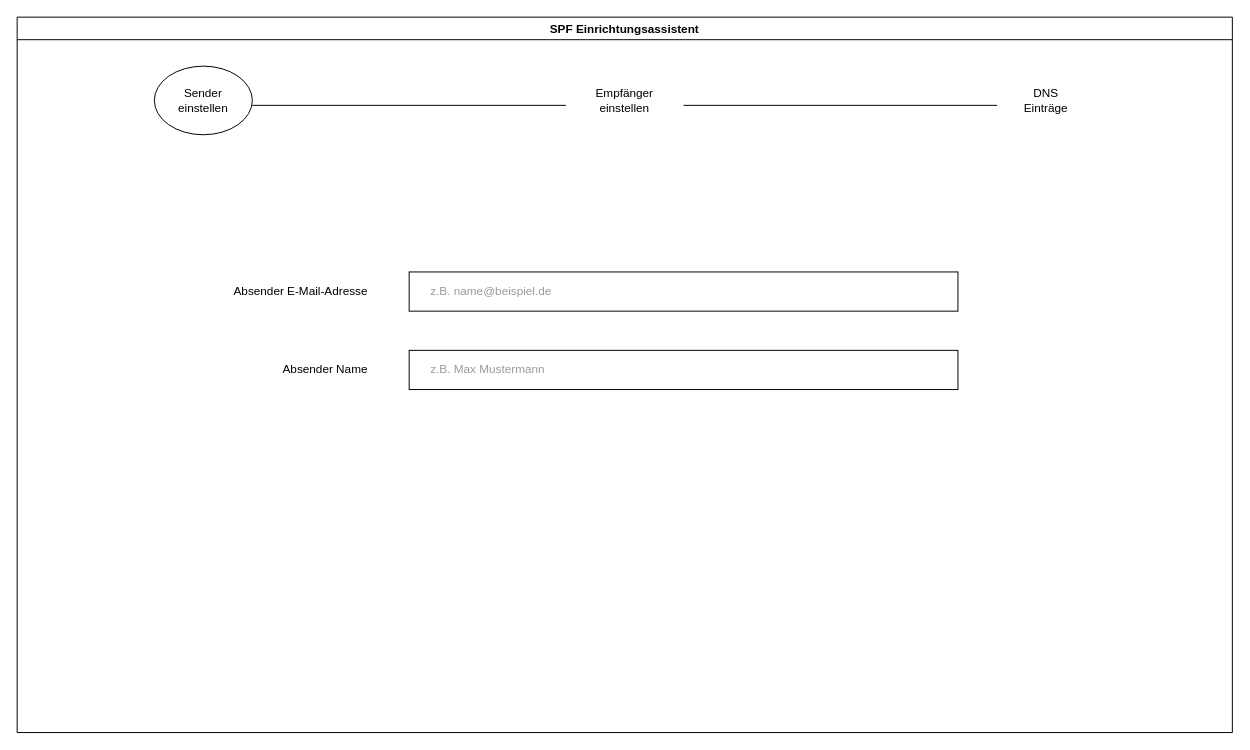
RyanFlm/draw.io-files keeps this draw.io diagram as AssistentEntwurf.drawio. Above is the earlier version. Source tidied: cells renumbered, new cells numbered last; positions are measured from the earlier drawing's top-left corner, leaving out a move shared by most shapes. Both pictures are drawn from the tidied source at 98%, with x=0, y=0 at pixel (17, 17).
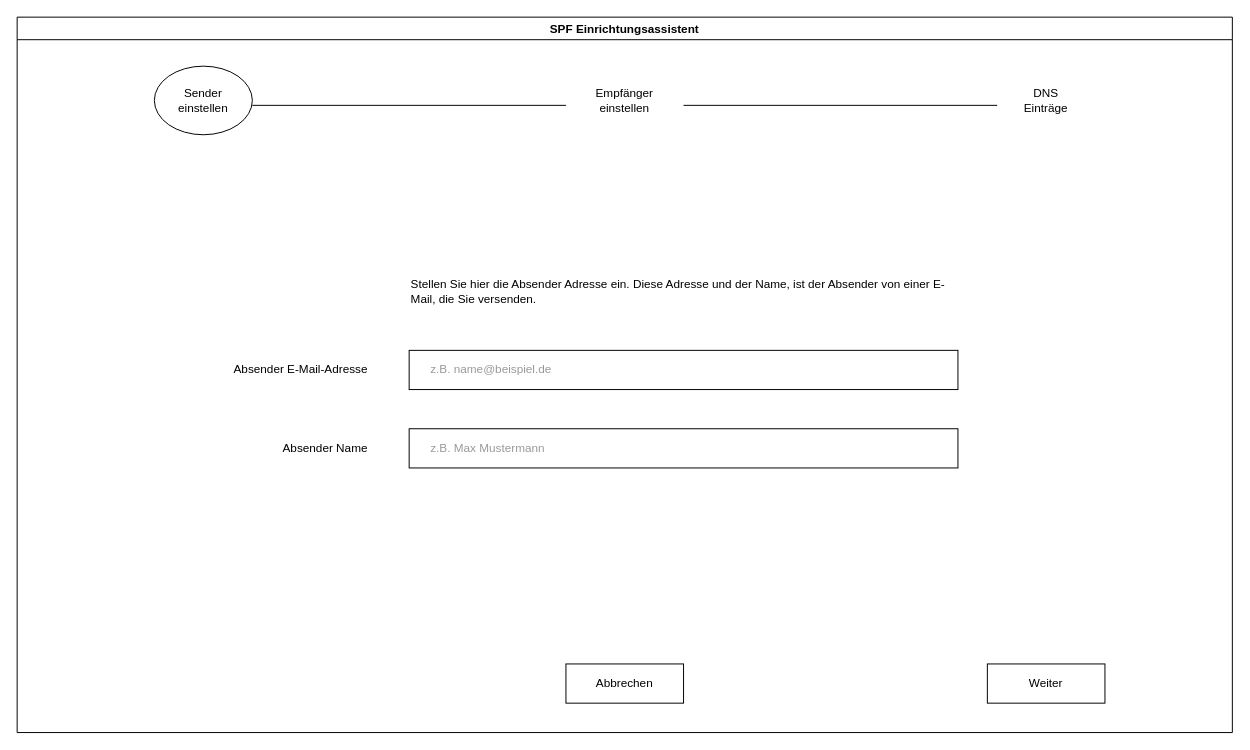
The same diagram, later.

Diff of the diagram source:
```diff
@@
 <mxGraphModel>
   <root>
     <mxCell id="0" />
     <mxCell id="1" parent="0" />
-    <mxCell id="2" value="SPF Einrichtungsassistent" style="swimlane;" parent="1" vertex="1">
+    <mxCell id="2" value="SPF Einrichtungsassistent" style="swimlane;align=center;" parent="1" vertex="1">
       <mxGeometry width="1240" height="730" as="geometry" />
     </mxCell>
     <mxCell id="3" value="Sender einstellen" style="text;html=1;strokeColor=none;fillColor=none;align=center;verticalAlign=middle;whiteSpace=wrap;rounded=0;" parent="2" vertex="1">
       <mxGeometry x="160" y="70" width="60" height="30" as="geometry" />
     </mxCell>
     <mxCell id="4" value="Empfänger einstellen" style="text;html=1;strokeColor=none;fillColor=none;align=center;verticalAlign=middle;whiteSpace=wrap;rounded=0;" parent="2" vertex="1">
       <mxGeometry x="590" y="70" width="60" height="30" as="geometry" />
     </mxCell>
     <mxCell id="5" value="DNS Einträge" style="text;html=1;strokeColor=none;fillColor=none;align=center;verticalAlign=middle;whiteSpace=wrap;rounded=0;" parent="2" vertex="1">
       <mxGeometry x="1020" y="70" width="60" height="30" as="geometry" />
     </mxCell>
     <mxCell id="6" style="endArrow=none;html=1;rounded=0;" parent="2" edge="1">
       <mxGeometry relative="1" as="geometry">
         <mxPoint x="680" y="90" as="sourcePoint" />
         <mxPoint x="1000" y="90" as="targetPoint" />
       </mxGeometry>
     </mxCell>
     <mxCell id="7" style="ellipse;whiteSpace=wrap;html=1;fillColor=none;" parent="2" vertex="1">
       <mxGeometry x="140" y="50" width="100" height="70" as="geometry" />
     </mxCell>
     <mxCell id="8" value="Absender E-Mail-Adresse" style="text;html=1;strokeColor=none;fillColor=none;align=right;verticalAlign=middle;whiteSpace=wrap;rounded=0;" parent="2" vertex="1">
-      <mxGeometry x="200" y="260" width="160" height="40" as="geometry" />
+      <mxGeometry x="200" y="340" width="160" height="40" as="geometry" />
     </mxCell>
     <mxCell id="9" value="Absender Name" style="text;html=1;strokeColor=none;fillColor=none;align=right;verticalAlign=middle;whiteSpace=wrap;rounded=0;" parent="2" vertex="1">
-      <mxGeometry x="200" y="340" width="160" height="40" as="geometry" />
+      <mxGeometry x="200" y="420" width="160" height="40" as="geometry" />
     </mxCell>
     <mxCell id="10" style="rounded=0;whiteSpace=wrap;html=1;fillColor=none;" parent="2" vertex="1">
-      <mxGeometry x="400" y="340" width="560" height="40" as="geometry" />
+      <mxGeometry x="400" y="420" width="560" height="40" as="geometry" />
     </mxCell>
     <mxCell id="11" value="&lt;font color=&quot;#999999&quot;&gt;z.B. Max Mustermann&lt;/font&gt;" style="text;html=1;strokeColor=none;fillColor=none;align=left;verticalAlign=middle;whiteSpace=wrap;rounded=0;" parent="2" vertex="1">
-      <mxGeometry x="420" y="340" width="140" height="40" as="geometry" />
+      <mxGeometry x="420" y="420" width="140" height="40" as="geometry" />
     </mxCell>
-    <mxCell id="12" style="endArrow=none;html=1;rounded=0;" parent="1" edge="1">
-      <mxGeometry relative="1" as="geometry">
-        <mxPoint x="240" y="90" as="sourcePoint" />
-        <mxPoint x="560" y="90" as="targetPoint" />
-      </mxGeometry>
-    </mxCell>
+    <mxCell id="15" value="&lt;font color=&quot;#000000&quot;&gt;Stellen Sie hier die Absender Adresse ein. Diese Adresse und der Name, ist der Absender von einer E-Mail, die Sie versenden.&lt;/font&gt;" style="text;html=1;strokeColor=none;fillColor=none;align=left;verticalAlign=middle;whiteSpace=wrap;rounded=0;fontColor=#999999;" parent="2" vertex="1">
+      <mxGeometry x="400" y="260" width="560" height="40" as="geometry" />
+    </mxCell>
-    <mxCell id="13" style="rounded=0;whiteSpace=wrap;html=1;fillColor=none;" parent="1" vertex="1">
-      <mxGeometry x="400" y="260" width="560" height="40" as="geometry" />
+    <mxCell id="13" style="rounded=0;whiteSpace=wrap;html=1;fillColor=none;" parent="2" vertex="1">
+      <mxGeometry x="400" y="340" width="560" height="40" as="geometry" />
     </mxCell>
-    <mxCell id="14" value="&lt;font color=&quot;#999999&quot;&gt;z.B. name@beispiel.de&lt;/font&gt;" style="text;html=1;strokeColor=none;fillColor=none;align=left;verticalAlign=middle;whiteSpace=wrap;rounded=0;" parent="1" vertex="1">
-      <mxGeometry x="420" y="260" width="140" height="40" as="geometry" />
+    <mxCell id="14" value="&lt;font color=&quot;#999999&quot;&gt;z.B. name@beispiel.de&lt;/font&gt;" style="text;html=1;strokeColor=none;fillColor=none;align=left;verticalAlign=middle;whiteSpace=wrap;rounded=0;" parent="2" vertex="1">
+      <mxGeometry x="420" y="340" width="140" height="40" as="geometry" />
     </mxCell>
+    <mxCell id="16" value="Weiter" style="rounded=0;whiteSpace=wrap;html=1;fontColor=#000000;fillColor=none;" parent="2" vertex="1">
+      <mxGeometry x="990" y="660" width="120" height="40" as="geometry" />
+    </mxCell>
+    <mxCell id="17" value="Abbrechen" style="rounded=0;whiteSpace=wrap;html=1;fontColor=#000000;fillColor=none;" parent="2" vertex="1">
+      <mxGeometry x="560" y="660" width="120" height="40" as="geometry" />
+    </mxCell>
+    <mxCell id="12" style="endArrow=none;html=1;rounded=0;" parent="1" edge="1">
+      <mxGeometry relative="1" as="geometry">
+        <mxPoint x="240" y="90" as="sourcePoint" />
+        <mxPoint x="560" y="90" as="targetPoint" />
+      </mxGeometry>
+    </mxCell>
   </root>
 </mxGraphModel>
```
